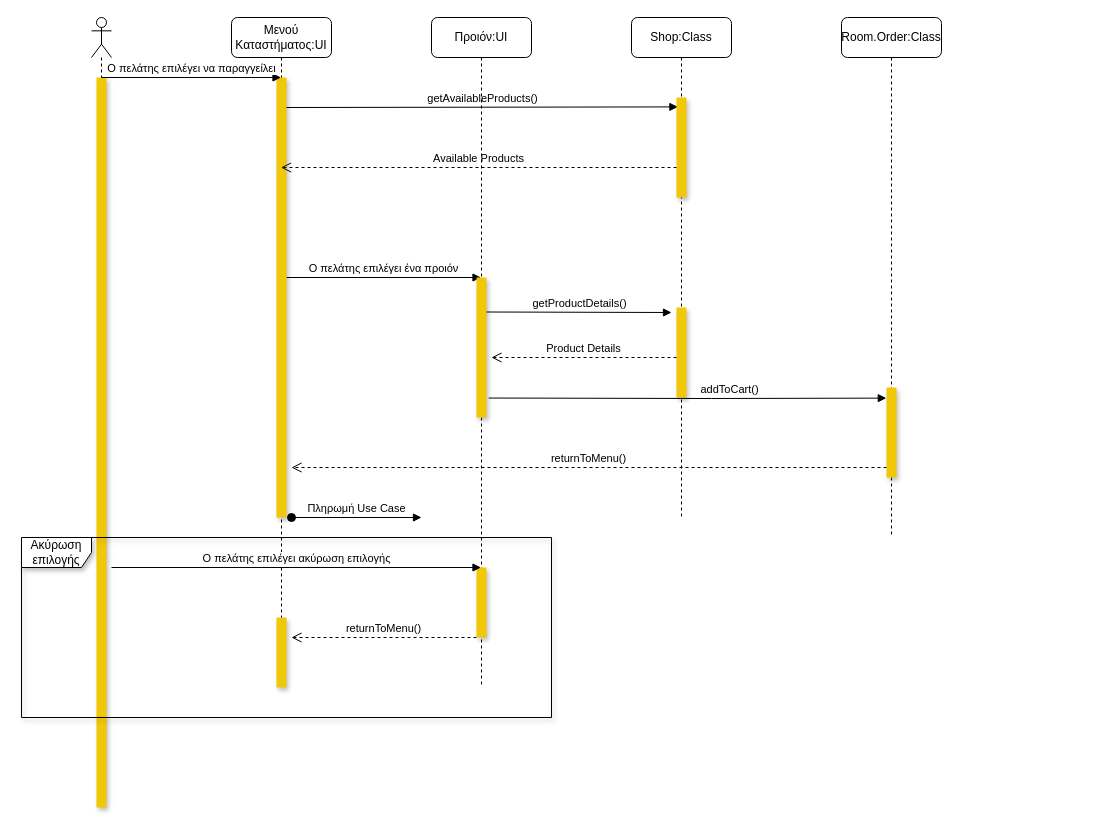
Above: docs/contributions/AthanasiaZ/Writing-Charts/Phase5/Use Case Order/order_seq.drawio in iloudaros/nomnomr (draw.io), before the change. Source tidied: cells renumbered, new cells numbered last; positions are measured from the earlier drawing's top-left corner, leaving out a move shared by most shapes. Both pictures are drawn from the tidied source at 100%, with x=0, y=0 at pixel (21, 17).
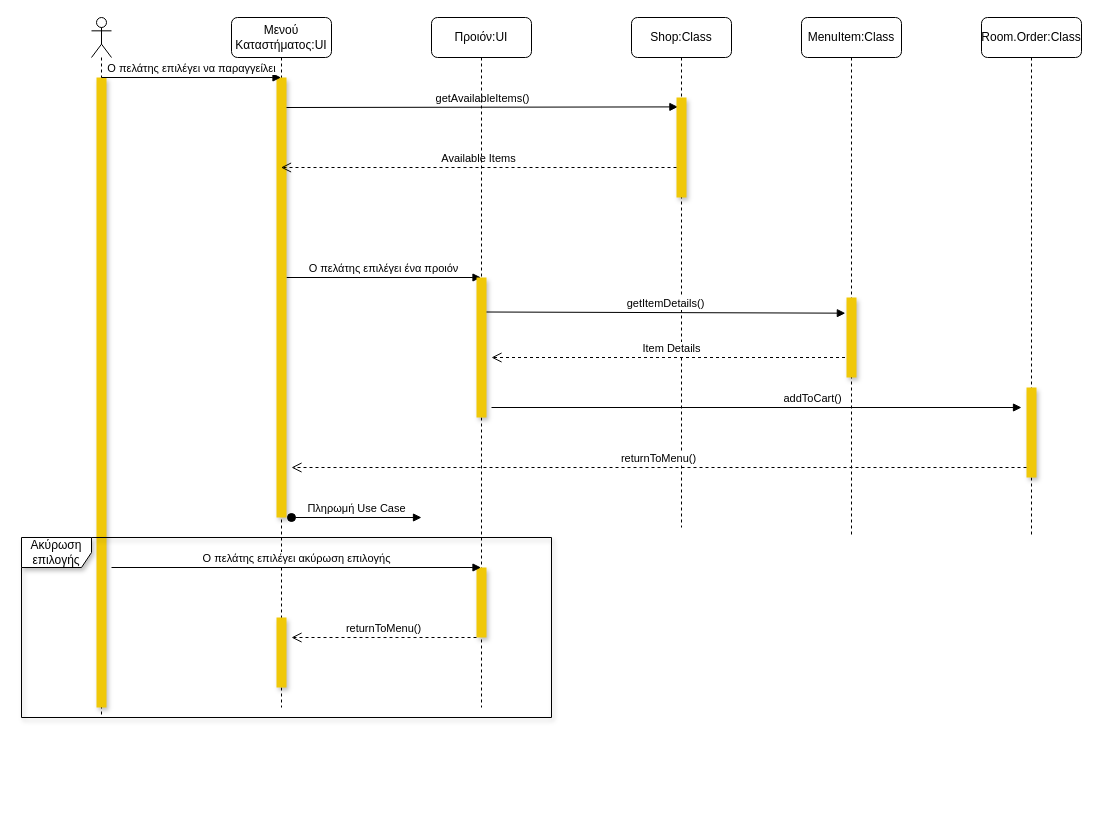
The same page after the edit.

Unchanged cells that the change refers to:
```xml
<mxCell id="11" style="html=1;points=[];perimeter=orthogonalPerimeter;rounded=0;fillColor=#F0C808;strokeColor=none;shadow=1;" parent="10" vertex="1">
  <mxGeometry x="45" y="80" width="10" height="100" as="geometry" />
</mxCell>
<mxCell id="16" style="html=1;points=[];perimeter=orthogonalPerimeter;rounded=0;fillColor=#F0C808;strokeColor=none;shadow=1;" parent="15" vertex="1">
  <mxGeometry x="45" y="260" width="10" height="140" as="geometry" />
</mxCell>
<mxCell id="21" style="html=1;points=[];perimeter=orthogonalPerimeter;rounded=0;fillColor=#F0C808;strokeColor=none;shadow=1;" parent="20" vertex="1">
  <mxGeometry x="45" y="370" width="10" height="90" as="geometry" />
</mxCell>
```

Change to the diagram source:
```diff
@@
     <mxCell id="2" style="shape=umlLifeline;participant=umlActor;perimeter=lifelinePerimeter;whiteSpace=wrap;html=1;verticalAlign=top;spacingTop=36;" parent="1" vertex="1">
-      <mxGeometry x="70" width="20" height="790" as="geometry" />
+      <mxGeometry x="70" width="20" height="700" as="geometry" />
     </mxCell>
     <mxCell id="3" style="html=1;perimeter=orthogonalPerimeter;rounded=0;fillColor=#F0C808;strokeColor=none;shadow=1;" parent="2" vertex="1">
-      <mxGeometry x="5" y="60" width="10" height="730" as="geometry" />
+      <mxGeometry x="5" y="60" width="10" height="630" as="geometry" />
     </mxCell>
     <mxCell id="4" value="Μενού Καταστήματος:UI" style="shape=umlLifeline;perimeter=lifelinePerimeter;whiteSpace=wrap;html=1;outlineConnect=0;rounded=1;" parent="1" vertex="1">
-      <mxGeometry x="210" width="100" height="670" as="geometry" />
+      <mxGeometry x="210" width="100" height="690" as="geometry" />
     </mxCell>
@@
-    <mxCell id="7" value="getAvailableProducts()" style="html=1;verticalAlign=bottom;endArrow=block;rounded=0;entryX=0.14;entryY=0.094;entryDx=0;entryDy=0;entryPerimeter=0;" parent="4" edge="1" target="11">
+    <mxCell id="7" value="getAvailableItems()" style="html=1;verticalAlign=bottom;endArrow=block;rounded=0;entryX=0.14;entryY=0.094;entryDx=0;entryDy=0;entryPerimeter=0;" parent="4" edge="1" target="11">
       <mxGeometry relative="1" as="geometry">
         <mxPoint x="55" y="90" as="sourcePoint" />
       </mxGeometry>
     </mxCell>
@@
     <mxCell id="10" value="Shop:Class" style="shape=umlLifeline;perimeter=lifelinePerimeter;whiteSpace=wrap;html=1;rounded=1;" parent="1" vertex="1">
-      <mxGeometry x="610" width="100" height="500" as="geometry" />
+      <mxGeometry x="610" width="100" height="510" as="geometry" />
     </mxCell>
@@
-    <mxCell id="12" value="Available Products" style="html=1;verticalAlign=bottom;endArrow=open;dashed=1;endSize=8;rounded=0;" parent="10" edge="1" target="4">
+    <mxCell id="12" value="Available Items" style="html=1;verticalAlign=bottom;endArrow=open;dashed=1;endSize=8;rounded=0;" parent="10" edge="1" target="4">
       <mxGeometry relative="1" as="geometry">
         <mxPoint x="45" y="150" as="sourcePoint" />
       </mxGeometry>
     </mxCell>
-    <mxCell id="13" style="html=1;perimeter=orthogonalPerimeter;rounded=0;fillColor=#F0C808;strokeColor=none;shadow=1;" parent="10" vertex="1">
-      <mxGeometry x="45" y="290" width="10" height="90" as="geometry" />
-    </mxCell>
-    <mxCell id="14" value="Product Details" style="html=1;verticalAlign=bottom;endArrow=open;dashed=1;endSize=8;rounded=0;" parent="10" edge="1">
+    <mxCell id="14" value="Item Details" style="html=1;verticalAlign=bottom;endArrow=open;dashed=1;endSize=8;rounded=0;" parent="10" edge="1" source="27">
       <mxGeometry relative="1" as="geometry">
-        <mxPoint x="45" y="340" as="sourcePoint" />
         <mxPoint x="-140" y="340" as="targetPoint" />
       </mxGeometry>
     </mxCell>
     <mxCell id="15" value="Προιόν:UI" style="shape=umlLifeline;perimeter=lifelinePerimeter;whiteSpace=wrap;html=1;outlineConnect=0;rounded=1;" parent="1" vertex="1">
-      <mxGeometry x="410" width="100" height="670" as="geometry" />
+      <mxGeometry x="410" width="100" height="690" as="geometry" />
     </mxCell>
@@
-    <mxCell id="17" value="getProductDetails()" style="html=1;verticalAlign=bottom;endArrow=block;rounded=0;" parent="15" edge="1">
-      <mxGeometry relative="1" as="geometry">
-        <mxPoint x="55" y="294.5" as="sourcePoint" />
-        <mxPoint x="240" y="295" as="targetPoint" />
-      </mxGeometry>
-    </mxCell>
@@
+    <mxCell id="17" value="getItemDetails()" style="html=1;verticalAlign=bottom;endArrow=block;rounded=0;entryX=-0.114;entryY=0.196;entryDx=0;entryDy=0;entryPerimeter=0;" parent="15" edge="1" target="28">
+      <mxGeometry relative="1" as="geometry">
+        <mxPoint x="55" y="294.5" as="sourcePoint" />
+      </mxGeometry>
+    </mxCell>
     <mxCell id="20" value="Room.Order:Class" style="shape=umlLifeline;perimeter=lifelinePerimeter;whiteSpace=wrap;html=1;rounded=1;" parent="1" vertex="1">
-      <mxGeometry x="820" width="100" height="520" as="geometry" />
+      <mxGeometry x="960" width="100" height="520" as="geometry" />
     </mxCell>
@@
     <mxCell id="22" value="returnToMenu()" style="html=1;verticalAlign=bottom;endArrow=open;dashed=1;endSize=8;rounded=0;" parent="20" edge="1">
       <mxGeometry relative="1" as="geometry">
         <mxPoint x="45" y="450" as="sourcePoint" />
-        <mxPoint x="-550" y="450" as="targetPoint" />
+        <mxPoint x="-690" y="450" as="targetPoint" />
       </mxGeometry>
     </mxCell>
@@
-    <mxCell id="24" value="addToCart()" style="html=1;verticalAlign=bottom;endArrow=block;rounded=0;exitX=1.22;exitY=0.861;exitDx=0;exitDy=0;exitPerimeter=0;entryX=-0.02;entryY=0.118;entryDx=0;entryDy=0;entryPerimeter=0;" parent="1" edge="1" source="16" target="21">
+    <mxCell id="24" value="addToCart()" style="html=1;verticalAlign=bottom;endArrow=block;rounded=0;" parent="1" edge="1">
       <mxGeometry x="0.21" relative="1" as="geometry">
-        <Array as="points">
-          <mxPoint x="690" y="381" />
-        </Array>
+        <mxPoint x="470" y="390" as="sourcePoint" />
+        <mxPoint x="1000" y="390" as="targetPoint" />
       </mxGeometry>
     </mxCell>
@@
+    <mxCell id="27" value="MenuItem:Class" style="shape=umlLifeline;perimeter=lifelinePerimeter;whiteSpace=wrap;html=1;outlineConnect=0;rounded=1;" parent="1" vertex="1">
+      <mxGeometry x="780" width="100" height="520" as="geometry" />
+    </mxCell>
+    <mxCell id="28" style="html=1;points=[];perimeter=orthogonalPerimeter;rounded=0;fillColor=#F0C808;strokeColor=none;shadow=1;" parent="27" vertex="1">
+      <mxGeometry x="45" y="280" width="10" height="80" as="geometry" />
+    </mxCell>
```
